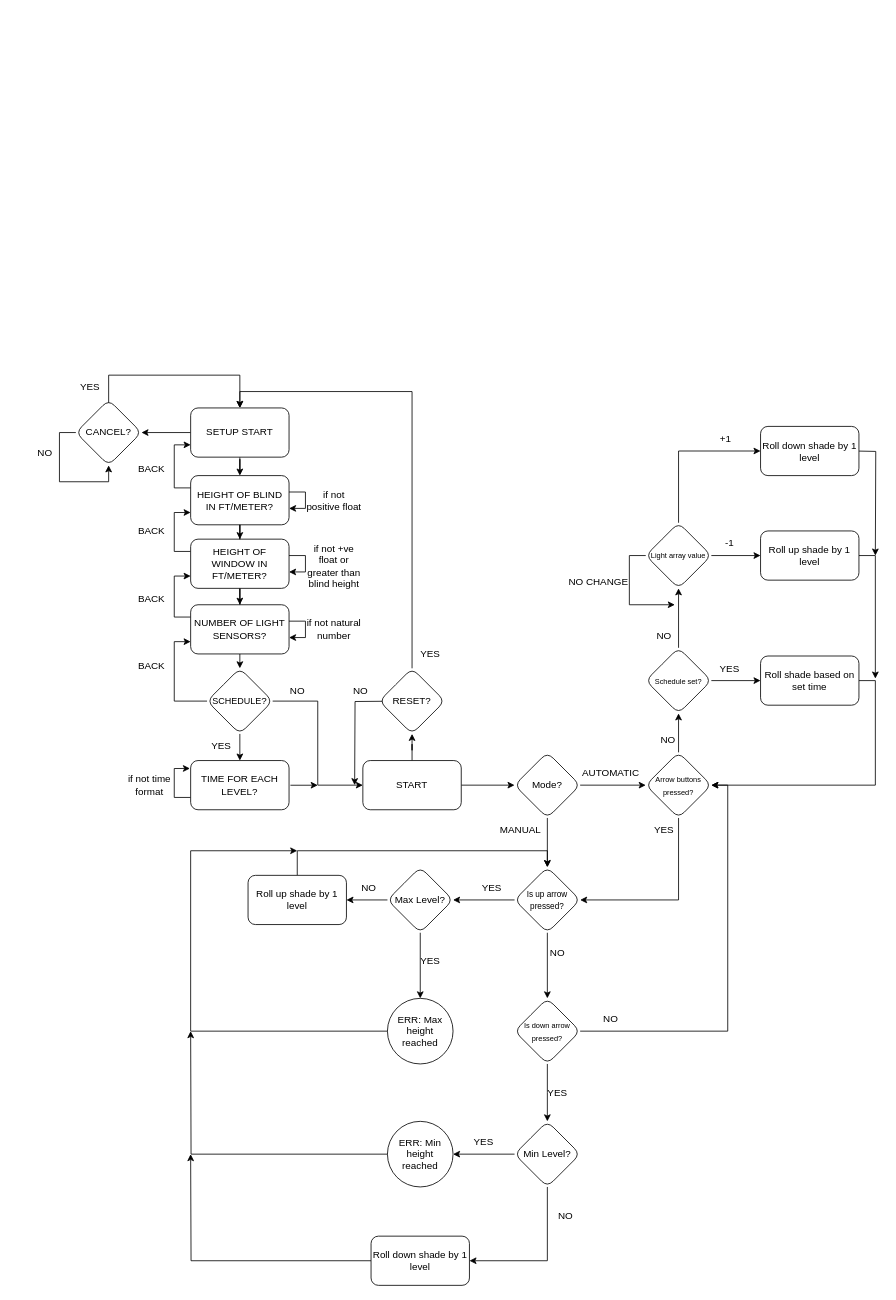
This is block-diagrams/SoftwareBlockDiagram.drawio from ECE441TEAM2/Smart-Shade-Window, a draw.io file, before an edit. Source tidied: cells renumbered, new cells numbered last; positions are measured from the earlier drawing's top-left corner, leaving out a move shared by most shapes. Both pictures are drawn from the tidied source at 82%, with x=0, y=0 at pixel (14, 375).
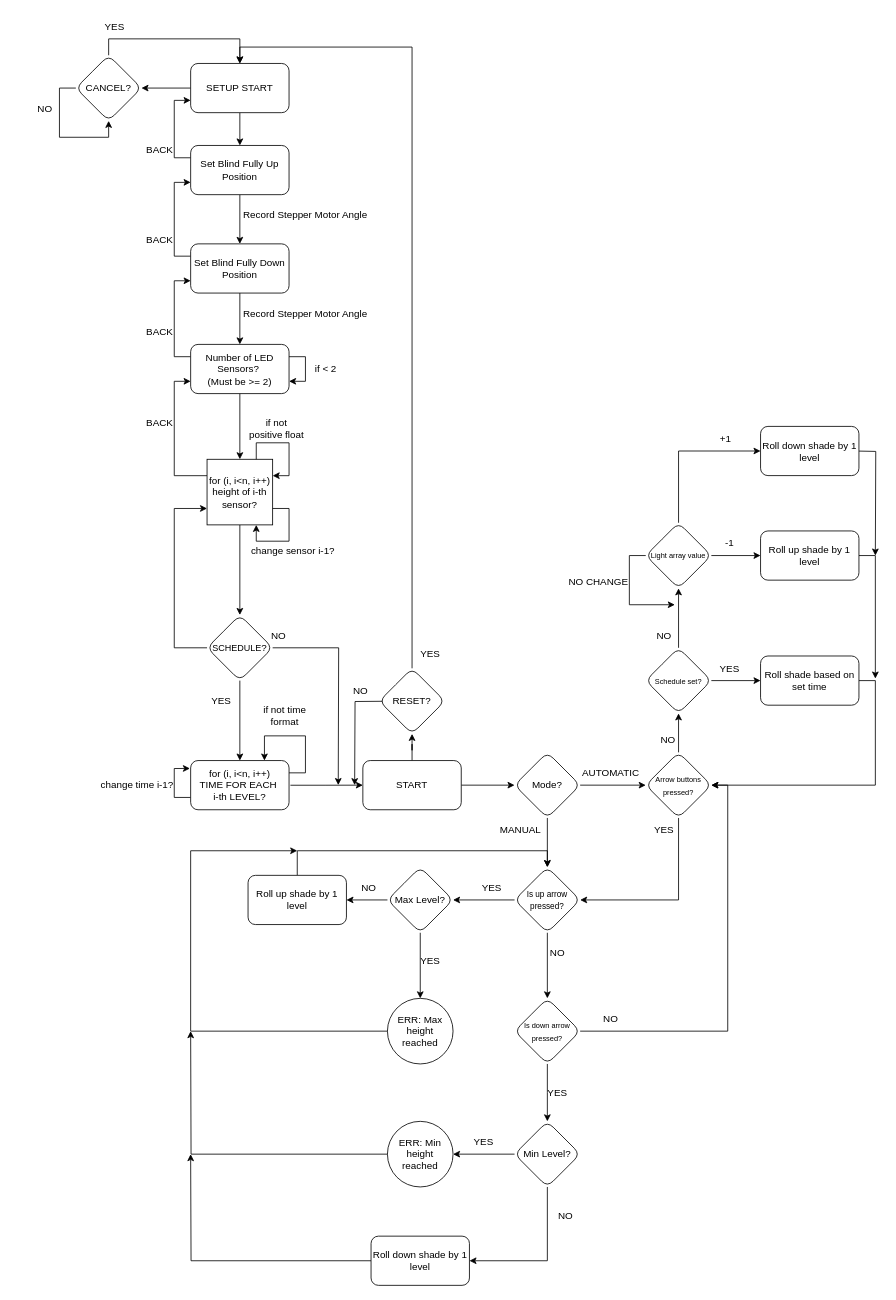
The same diagram, later.

The change refers to these unchanged cells:
```xml
<mxCell id="22" value="START" style="whiteSpace=wrap;html=1;rounded=1;" parent="1" vertex="1">
  <mxGeometry x="425" y="470" width="120" height="60" as="geometry" />
</mxCell>
```

Diff of the diagram source:
```diff
@@
-    <mxCell id="2" style="edgeStyle=orthogonalEdgeStyle;rounded=0;jettySize=auto;html=1;" parent="1" edge="1" source="4" target="7">
-      <mxGeometry relative="1" as="geometry" />
-    </mxCell>
@@
+    <mxCell id="103" style="edgeStyle=orthogonalEdgeStyle;rounded=0;jettySize=auto;html=1;" parent="1" edge="1" source="4" target="109">
+      <mxGeometry relative="1" as="geometry" />
+    </mxCell>
     <mxCell id="4" value="SETUP START" style="rounded=1;whiteSpace=wrap;html=1;" parent="1" vertex="1">
-      <mxGeometry x="215" y="40" width="120" height="60" as="geometry" />
+      <mxGeometry x="215" y="-380.1" width="120" height="60" as="geometry" />
     </mxCell>
-    <mxCell id="5" style="edgeStyle=orthogonalEdgeStyle;rounded=0;jettySize=auto;html=1;" parent="1" edge="1" source="7" target="11">
-      <mxGeometry relative="1" as="geometry" />
-    </mxCell>
-    <mxCell id="6" style="edgeStyle=orthogonalEdgeStyle;rounded=0;jettySize=auto;html=1;exitX=0;exitY=0.25;exitDx=0;exitDy=0;entryX=0;entryY=0.75;entryDx=0;entryDy=0;" parent="1" edge="1" source="7" target="4">
-      <mxGeometry relative="1" as="geometry" />
-    </mxCell>
-    <mxCell id="7" value="HEIGHT OF BLIND IN FT/METER?" style="whiteSpace=wrap;html=1;rounded=1;" parent="1" vertex="1">
-      <mxGeometry x="215" y="122.5" width="120" height="60" as="geometry" />
-    </mxCell>
-    <mxCell id="8" style="edgeStyle=orthogonalEdgeStyle;rounded=0;orthogonalLoop=1;jettySize=auto;html=1;" parent="1" edge="1" source="7" target="7">
-      <mxGeometry relative="1" as="geometry" />
-    </mxCell>
-    <mxCell id="9" style="edgeStyle=orthogonalEdgeStyle;rounded=0;jettySize=auto;html=1;" parent="1" edge="1" source="11" target="16">
-      <mxGeometry relative="1" as="geometry" />
-    </mxCell>
-    <mxCell id="10" style="edgeStyle=orthogonalEdgeStyle;rounded=0;jettySize=auto;html=1;exitX=0;exitY=0.25;exitDx=0;exitDy=0;entryX=0;entryY=0.75;entryDx=0;entryDy=0;" parent="1" edge="1" source="11" target="7">
-      <mxGeometry relative="1" as="geometry" />
-    </mxCell>
-    <mxCell id="11" value="HEIGHT OF WINDOW IN FT/METER?" style="whiteSpace=wrap;html=1;rounded=1;" parent="1" vertex="1">
-      <mxGeometry x="215" y="200" width="120" height="60" as="geometry" />
-    </mxCell>
-    <mxCell id="12" style="edgeStyle=orthogonalEdgeStyle;rounded=0;orthogonalLoop=1;jettySize=auto;html=1;" parent="1" edge="1" source="11" target="11">
-      <mxGeometry relative="1" as="geometry" />
-    </mxCell>
-    <mxCell id="13" value="if not +ve float or greater than blind height" style="text;html=1;align=center;verticalAlign=middle;whiteSpace=wrap;rounded=0;" parent="1" vertex="1">
-      <mxGeometry x="355" y="200" width="70" height="65" as="geometry" />
-    </mxCell>
-    <mxCell id="14" style="edgeStyle=orthogonalEdgeStyle;rounded=0;jettySize=auto;html=1;exitX=0.5;exitY=1;exitDx=0;exitDy=0;entryX=0.5;entryY=0;entryDx=0;entryDy=0;" parent="1" edge="1" source="16" target="73">
-      <mxGeometry relative="1" as="geometry" />
-    </mxCell>
-    <mxCell id="15" style="edgeStyle=orthogonalEdgeStyle;rounded=0;jettySize=auto;html=1;exitX=0;exitY=0.25;exitDx=0;exitDy=0;entryX=0;entryY=0.75;entryDx=0;entryDy=0;" parent="1" edge="1" source="16" target="11">
-      <mxGeometry relative="1" as="geometry" />
-    </mxCell>
-    <mxCell id="16" value="NUMBER OF LIGHT SENSORS?" style="whiteSpace=wrap;html=1;rounded=1;" parent="1" vertex="1">
-      <mxGeometry x="215" y="280" width="120" height="60" as="geometry" />
-    </mxCell>
-    <mxCell id="17" style="edgeStyle=orthogonalEdgeStyle;rounded=0;orthogonalLoop=1;jettySize=auto;html=1;" parent="1" edge="1" source="16" target="16">
-      <mxGeometry relative="1" as="geometry" />
-    </mxCell>
-    <mxCell id="18" value="if not natural number" style="text;html=1;align=center;verticalAlign=middle;whiteSpace=wrap;rounded=0;" parent="1" vertex="1">
-      <mxGeometry x="355" y="287.5" width="70" height="45" as="geometry" />
-    </mxCell>
     <mxCell id="19" value="if not positive float" style="text;html=1;align=center;verticalAlign=middle;whiteSpace=wrap;rounded=0;" parent="1" vertex="1">
-      <mxGeometry x="355" y="130" width="70" height="45" as="geometry" />
+      <mxGeometry x="285" y="42.5" width="70" height="45" as="geometry" />
     </mxCell>
@@
-    <mxCell id="66" style="edgeStyle=orthogonalEdgeStyle;rounded=0;orthogonalLoop=1;jettySize=auto;html=1;exitX=0.5;exitY=0;exitDx=0;exitDy=0;" parent="1" edge="1">
-      <mxGeometry relative="1" as="geometry">
-        <mxPoint x="115" y="50" as="sourcePoint" />
-        <mxPoint x="275" y="40" as="targetPoint" />
-        <Array as="points">
-          <mxPoint x="115" />
-          <mxPoint x="275" />
-        </Array>
-      </mxGeometry>
-    </mxCell>
+    <mxCell id="104" style="edgeStyle=orthogonalEdgeStyle;rounded=0;jettySize=auto;html=1;exitX=0.5;exitY=0;exitDx=0;exitDy=0;entryX=0.5;entryY=0;entryDx=0;entryDy=0;" parent="1" edge="1" source="67" target="4">
+      <mxGeometry relative="1" as="geometry" />
+    </mxCell>
     <mxCell id="67" value="CANCEL?" style="rhombus;whiteSpace=wrap;html=1;rounded=1;" parent="1" vertex="1">
-      <mxGeometry x="75" y="30" width="80" height="80" as="geometry" />
+      <mxGeometry x="75" y="-390.1" width="80" height="80" as="geometry" />
     </mxCell>
     <mxCell id="68" value="YES" style="text;html=1;align=center;verticalAlign=middle;whiteSpace=wrap;rounded=0;" parent="1" vertex="1">
-      <mxGeometry x="55" width="75" height="30" as="geometry" />
+      <mxGeometry x="85" y="-440.1" width="75" height="30" as="geometry" />
     </mxCell>
     <mxCell id="69" value="NO" style="text;html=1;align=center;verticalAlign=middle;whiteSpace=wrap;rounded=0;" parent="1" vertex="1">
-      <mxGeometry y="80" width="75" height="30" as="geometry" />
+      <mxGeometry y="-340.1" width="75" height="30" as="geometry" />
     </mxCell>
-    <mxCell id="70" style="edgeStyle=orthogonalEdgeStyle;rounded=0;jettySize=auto;html=1;exitX=0;exitY=0.5;exitDx=0;exitDy=0;entryX=0;entryY=0.75;entryDx=0;entryDy=0;" parent="1" edge="1" source="73" target="16">
-      <mxGeometry relative="1" as="geometry" />
-    </mxCell>
-    <mxCell id="71" style="edgeStyle=orthogonalEdgeStyle;rounded=0;jettySize=auto;html=1;exitX=1;exitY=0.5;exitDx=0;exitDy=0;entryX=0;entryY=0.5;entryDx=0;entryDy=0;" parent="1" edge="1" source="73" target="22">
-      <mxGeometry relative="1" as="geometry" />
-    </mxCell>
+    <mxCell id="105" style="edgeStyle=orthogonalEdgeStyle;rounded=0;jettySize=auto;html=1;exitX=1;exitY=0.5;exitDx=0;exitDy=0;" parent="1" edge="1" source="73">
+      <mxGeometry relative="1" as="geometry">
+        <mxPoint x="395" y="499.9" as="targetPoint" />
+      </mxGeometry>
+    </mxCell>
-    <mxCell id="72" style="edgeStyle=orthogonalEdgeStyle;rounded=0;jettySize=auto;html=1;exitX=0.5;exitY=1;exitDx=0;exitDy=0;entryX=0.5;entryY=0;entryDx=0;entryDy=0;" parent="1" edge="1" source="73" target="87">
+    <mxCell id="72" style="edgeStyle=orthogonalEdgeStyle;rounded=0;jettySize=auto;html=1;" parent="1" edge="1" source="73" target="87">
       <mxGeometry relative="1" as="geometry" />
     </mxCell>
+    <mxCell id="106" style="edgeStyle=orthogonalEdgeStyle;rounded=0;jettySize=auto;html=1;exitX=0;exitY=0.5;exitDx=0;exitDy=0;entryX=0;entryY=0.75;entryDx=0;entryDy=0;" parent="1" edge="1" source="73" target="125">
+      <mxGeometry relative="1" as="geometry">
+        <Array as="points">
+          <mxPoint x="195" y="332.9" />
+          <mxPoint x="195" y="162.9" />
+        </Array>
+      </mxGeometry>
+    </mxCell>
     <mxCell id="73" value="&lt;font style=&quot;font-size: 11px;&quot;&gt;SCHEDULE&lt;/font&gt;?" style="rhombus;whiteSpace=wrap;html=1;rounded=1;" parent="1" vertex="1">
-      <mxGeometry x="235" y="357.5" width="80" height="80" as="geometry" />
+      <mxGeometry x="235" y="292.5" width="80" height="80" as="geometry" />
     </mxCell>
@@
-    <mxCell id="79" style="edgeStyle=orthogonalEdgeStyle;rounded=0;orthogonalLoop=1;jettySize=auto;html=1;exitX=0;exitY=0.5;exitDx=0;exitDy=0;" parent="1" edge="1" source="67" target="67">
-      <mxGeometry relative="1" as="geometry" />
-    </mxCell>
-    <mxCell id="80" value="BACK" style="text;html=1;align=center;verticalAlign=middle;whiteSpace=wrap;rounded=0;" parent="1" vertex="1">
-      <mxGeometry x="130" y="340" width="75" height="30" as="geometry" />
-    </mxCell>
-    <mxCell id="81" value="BACK" style="text;html=1;align=center;verticalAlign=middle;whiteSpace=wrap;rounded=0;" parent="1" vertex="1">
-      <mxGeometry x="130" y="257.5" width="75" height="30" as="geometry" />
-    </mxCell>
-    <mxCell id="82" value="BACK" style="text;html=1;align=center;verticalAlign=middle;whiteSpace=wrap;rounded=0;" parent="1" vertex="1">
-      <mxGeometry x="130" y="175" width="75" height="30" as="geometry" />
-    </mxCell>
     <mxCell id="83" value="BACK" style="text;html=1;align=center;verticalAlign=middle;whiteSpace=wrap;rounded=0;" parent="1" vertex="1">
-      <mxGeometry x="130" y="100" width="75" height="30" as="geometry" />
+      <mxGeometry x="140" y="-290.1" width="75" height="30" as="geometry" />
     </mxCell>
     <mxCell id="84" value="NO" style="text;html=1;align=center;verticalAlign=middle;whiteSpace=wrap;rounded=0;" parent="1" vertex="1">
-      <mxGeometry x="307.5" y="370" width="75" height="30" as="geometry" />
+      <mxGeometry x="285" y="302.5" width="75" height="30" as="geometry" />
     </mxCell>
-    <mxCell id="85" style="edgeStyle=orthogonalEdgeStyle;rounded=0;jettySize=auto;html=1;exitX=1.014;exitY=0.502;exitDx=0;exitDy=0;exitPerimeter=0;" parent="1" edge="1" source="87">
-      <mxGeometry relative="1" as="geometry">
-        <mxPoint x="370" y="500" as="targetPoint" />
-      </mxGeometry>
+    <mxCell id="85" style="edgeStyle=orthogonalEdgeStyle;rounded=0;jettySize=auto;html=1;exitX=1.014;exitY=0.502;exitDx=0;exitDy=0;exitPerimeter=0;entryX=0;entryY=0.5;entryDx=0;entryDy=0;" parent="1" edge="1" source="87" target="22">
+      <mxGeometry relative="1" as="geometry" />
     </mxCell>
@@
-    <mxCell id="87" value="TIME FOR EACH LEVEL?" style="whiteSpace=wrap;html=1;rounded=1;" parent="1" vertex="1">
+    <mxCell id="87" value="&lt;div&gt;for (i, i&amp;lt;n, i++)&lt;/div&gt;TIME FOR EACH&amp;nbsp;&lt;div&gt;i-th LEVEL?&lt;/div&gt;" style="whiteSpace=wrap;html=1;rounded=1;" parent="1" vertex="1">
       <mxGeometry x="215" y="470" width="120" height="60" as="geometry" />
     </mxCell>
-    <mxCell id="88" value="YES" style="text;html=1;align=center;verticalAlign=middle;whiteSpace=wrap;rounded=0;" parent="1" vertex="1">
-      <mxGeometry x="215" y="437.5" width="75" height="30" as="geometry" />
-    </mxCell>
-    <mxCell id="89" value="if not time format" style="text;html=1;align=center;verticalAlign=middle;whiteSpace=wrap;rounded=0;" parent="1" vertex="1">
-      <mxGeometry x="130" y="477.5" width="70" height="45" as="geometry" />
-    </mxCell>
@@
+    <mxCell id="79" style="edgeStyle=orthogonalEdgeStyle;rounded=0;orthogonalLoop=1;jettySize=auto;html=1;exitX=0;exitY=0.5;exitDx=0;exitDy=0;entryX=0.5;entryY=1;entryDx=0;entryDy=0;" parent="1" edge="1" source="67" target="67">
+      <mxGeometry relative="1" as="geometry" />
+    </mxCell>
+    <mxCell id="107" style="edgeStyle=orthogonalEdgeStyle;rounded=0;jettySize=auto;html=1;exitX=0;exitY=0.25;exitDx=0;exitDy=0;entryX=0;entryY=0.75;entryDx=0;entryDy=0;" parent="1" edge="1" source="109" target="4">
+      <mxGeometry relative="1" as="geometry" />
+    </mxCell>
+    <mxCell id="108" style="edgeStyle=orthogonalEdgeStyle;rounded=0;jettySize=auto;html=1;" parent="1" edge="1" source="109" target="112">
+      <mxGeometry relative="1" as="geometry" />
+    </mxCell>
+    <mxCell id="109" value="Set Blind Fully Up Position" style="rounded=1;whiteSpace=wrap;html=1;" parent="1" vertex="1">
+      <mxGeometry x="215" y="-280.1" width="120" height="60" as="geometry" />
+    </mxCell>
+    <mxCell id="110" style="edgeStyle=orthogonalEdgeStyle;rounded=0;jettySize=auto;html=1;exitX=0;exitY=0.25;exitDx=0;exitDy=0;entryX=0;entryY=0.75;entryDx=0;entryDy=0;" parent="1" edge="1" source="112" target="109">
+      <mxGeometry relative="1" as="geometry" />
+    </mxCell>
+    <mxCell id="111" style="edgeStyle=orthogonalEdgeStyle;rounded=0;jettySize=auto;html=1;" parent="1" edge="1" source="112" target="117">
+      <mxGeometry relative="1" as="geometry" />
+    </mxCell>
+    <mxCell id="112" value="Set Blind Fully Down Position" style="rounded=1;whiteSpace=wrap;html=1;" parent="1" vertex="1">
+      <mxGeometry x="215" y="-160.1" width="120" height="60" as="geometry" />
+    </mxCell>
+    <mxCell id="113" value="Record Stepper Motor Angle" style="text;html=1;align=center;verticalAlign=middle;whiteSpace=wrap;rounded=0;" parent="1" vertex="1">
+      <mxGeometry x="275" y="-210.1" width="160" height="30" as="geometry" />
+    </mxCell>
+    <mxCell id="114" value="BACK" style="text;html=1;align=center;verticalAlign=middle;whiteSpace=wrap;rounded=0;" parent="1" vertex="1">
+      <mxGeometry x="140" y="-180.1" width="75" height="30" as="geometry" />
+    </mxCell>
+    <mxCell id="115" style="edgeStyle=orthogonalEdgeStyle;rounded=0;jettySize=auto;html=1;exitX=0;exitY=0.25;exitDx=0;exitDy=0;entryX=0;entryY=0.75;entryDx=0;entryDy=0;" parent="1" edge="1" source="117" target="112">
+      <mxGeometry relative="1" as="geometry" />
+    </mxCell>
+    <mxCell id="116" style="edgeStyle=orthogonalEdgeStyle;rounded=0;jettySize=auto;html=1;entryX=0.5;entryY=0;entryDx=0;entryDy=0;" parent="1" edge="1" source="117" target="125">
+      <mxGeometry relative="1" as="geometry" />
+    </mxCell>
+    <mxCell id="117" value="Number of LED Sensors?&amp;nbsp;&lt;div&gt;(Must be &amp;gt;= 2)&lt;/div&gt;" style="rounded=1;whiteSpace=wrap;html=1;" parent="1" vertex="1">
+      <mxGeometry x="215" y="-37.5" width="120" height="60" as="geometry" />
+    </mxCell>
+    <mxCell id="118" value="Record Stepper Motor Angle" style="text;html=1;align=center;verticalAlign=middle;whiteSpace=wrap;rounded=0;" parent="1" vertex="1">
+      <mxGeometry x="275" y="-90.1" width="160" height="30" as="geometry" />
+    </mxCell>
+    <mxCell id="119" value="BACK" style="text;html=1;align=center;verticalAlign=middle;whiteSpace=wrap;rounded=0;" parent="1" vertex="1">
+      <mxGeometry x="140" y="-67.5" width="75" height="30" as="geometry" />
+    </mxCell>
+    <mxCell id="120" style="edgeStyle=orthogonalEdgeStyle;rounded=0;orthogonalLoop=1;jettySize=auto;html=1;exitX=1;exitY=0.25;exitDx=0;exitDy=0;entryX=1;entryY=0.75;entryDx=0;entryDy=0;" parent="1" edge="1" source="117" target="117">
+      <mxGeometry relative="1" as="geometry">
+        <Array as="points">
+          <mxPoint x="355" y="-22.5" />
+          <mxPoint x="355" y="7.5" />
+        </Array>
+      </mxGeometry>
+    </mxCell>
+    <mxCell id="121" value="if &amp;lt; 2" style="text;html=1;align=center;verticalAlign=middle;whiteSpace=wrap;rounded=0;" parent="1" vertex="1">
+      <mxGeometry x="345" y="-30" width="70" height="45" as="geometry" />
+    </mxCell>
+    <mxCell id="122" value="BACK" style="text;html=1;align=center;verticalAlign=middle;whiteSpace=wrap;rounded=0;" parent="1" vertex="1">
+      <mxGeometry x="140" y="42.5" width="75" height="30" as="geometry" />
+    </mxCell>
+    <mxCell id="123" style="edgeStyle=orthogonalEdgeStyle;rounded=0;jettySize=auto;html=1;exitX=0;exitY=0.25;exitDx=0;exitDy=0;entryX=0;entryY=0.75;entryDx=0;entryDy=0;" parent="1" edge="1" source="125" target="117">
+      <mxGeometry relative="1" as="geometry" />
+    </mxCell>
+    <mxCell id="124" style="edgeStyle=orthogonalEdgeStyle;rounded=0;jettySize=auto;html=1;exitX=0.5;exitY=1;exitDx=0;exitDy=0;entryX=0.5;entryY=0;entryDx=0;entryDy=0;" parent="1" edge="1" source="125" target="73">
+      <mxGeometry relative="1" as="geometry" />
+    </mxCell>
+    <mxCell id="125" value="for (i, i&amp;lt;n, i++)&lt;div&gt;height of i-th sensor?&lt;/div&gt;" style="whiteSpace=wrap;html=1;" parent="1" vertex="1">
+      <mxGeometry x="235" y="102.6" width="80" height="80" as="geometry" />
+    </mxCell>
+    <mxCell id="126" value="change sensor i-1?" style="text;html=1;align=center;verticalAlign=middle;whiteSpace=wrap;rounded=0;" parent="1" vertex="1">
+      <mxGeometry x="285" y="192.5" width="110" height="45" as="geometry" />
+    </mxCell>
+    <mxCell id="127" style="edgeStyle=orthogonalEdgeStyle;rounded=0;orthogonalLoop=1;jettySize=auto;html=1;exitX=0.75;exitY=0;exitDx=0;exitDy=0;entryX=1;entryY=0.25;entryDx=0;entryDy=0;" parent="1" edge="1" source="125" target="125">
+      <mxGeometry relative="1" as="geometry">
+        <Array as="points">
+          <mxPoint x="295" y="82.5" />
+          <mxPoint x="335" y="82.5" />
+          <mxPoint x="335" y="122.5" />
+        </Array>
+      </mxGeometry>
+    </mxCell>
+    <mxCell id="88" value="YES" style="text;html=1;align=center;verticalAlign=middle;whiteSpace=wrap;rounded=0;" parent="1" vertex="1">
+      <mxGeometry x="215" y="382.5" width="75" height="30" as="geometry" />
+    </mxCell>
+    <mxCell id="128" style="edgeStyle=orthogonalEdgeStyle;rounded=0;orthogonalLoop=1;jettySize=auto;html=1;exitX=1;exitY=0.75;exitDx=0;exitDy=0;entryX=0.75;entryY=1;entryDx=0;entryDy=0;" parent="1" edge="1" source="125" target="125">
+      <mxGeometry relative="1" as="geometry">
+        <Array as="points">
+          <mxPoint x="335" y="162.5" />
+          <mxPoint x="335" y="202.5" />
+          <mxPoint x="295" y="202.5" />
+        </Array>
+      </mxGeometry>
+    </mxCell>
+    <mxCell id="129" style="edgeStyle=orthogonalEdgeStyle;rounded=0;orthogonalLoop=1;jettySize=auto;html=1;exitX=1;exitY=0.25;exitDx=0;exitDy=0;entryX=0.75;entryY=0;entryDx=0;entryDy=0;" parent="1" edge="1" source="87" target="87">
+      <mxGeometry relative="1" as="geometry">
+        <Array as="points">
+          <mxPoint x="355" y="484.9" />
+          <mxPoint x="355" y="439.9" />
+          <mxPoint x="305" y="439.9" />
+        </Array>
+      </mxGeometry>
+    </mxCell>
+    <mxCell id="89" value="if not time format" style="text;html=1;align=center;verticalAlign=middle;whiteSpace=wrap;rounded=0;" parent="1" vertex="1">
+      <mxGeometry x="295" y="392.5" width="70" height="45" as="geometry" />
+    </mxCell>
+    <mxCell id="130" value="change time i-1?" style="text;html=1;align=center;verticalAlign=middle;whiteSpace=wrap;rounded=0;" parent="1" vertex="1">
+      <mxGeometry x="95" y="477.5" width="110" height="45" as="geometry" />
+    </mxCell>
```
